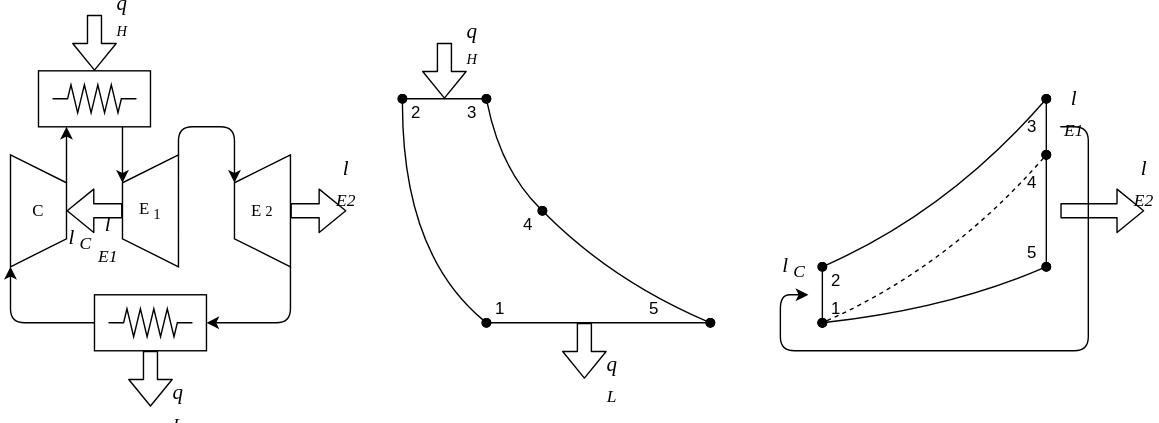
Above: Lab/Mech/Heat/img/brayton.dio.svg in amane-uehara/kanade-k-1228.github.io (draw.io), before the change. Source tidied: cells renumbered, new cells last; positions are measured from the earlier drawing's top-left corner, leaving out a move shared by most shapes. Source of this version:
```xml
<mxGraphModel>
  <root>
    <mxCell id="0" />
    <mxCell id="1" parent="0" />
    <mxCell id="2" style="endArrow=oval;html=1;curved=1;startArrow=oval;startFill=1;endFill=1;" parent="1" edge="1">
      <mxGeometry relative="1" as="geometry">
        <mxPoint x="340" y="230" as="sourcePoint" />
        <mxPoint x="280" y="70" as="targetPoint" />
        <Array as="points">
          <mxPoint x="280" y="180" />
        </Array>
      </mxGeometry>
    </mxCell>
    <mxCell id="3" style="endArrow=oval;html=1;curved=1;startArrow=oval;startFill=1;endFill=1;" parent="1" edge="1">
      <mxGeometry relative="1" as="geometry">
        <mxPoint x="340" y="70" as="sourcePoint" />
        <mxPoint x="280" y="70" as="targetPoint" />
      </mxGeometry>
    </mxCell>
    <mxCell id="4" style="endArrow=oval;html=1;curved=1;startArrow=oval;startFill=1;endFill=1;" parent="1" edge="1">
      <mxGeometry relative="1" as="geometry">
        <mxPoint x="500" y="230" as="sourcePoint" />
        <mxPoint x="380" y="150" as="targetPoint" />
        <Array as="points">
          <mxPoint x="430" y="200" />
        </Array>
      </mxGeometry>
    </mxCell>
    <mxCell id="5" style="endArrow=oval;html=1;curved=1;startArrow=oval;startFill=1;endFill=1;" parent="1" edge="1">
      <mxGeometry relative="1" as="geometry">
        <mxPoint x="580" y="230" as="sourcePoint" />
        <mxPoint x="580" y="190" as="targetPoint" />
      </mxGeometry>
    </mxCell>
    <mxCell id="6" style="endArrow=oval;html=1;curved=1;startArrow=oval;startFill=1;endFill=1;" parent="1" edge="1">
      <mxGeometry relative="1" as="geometry">
        <mxPoint x="740" y="110" as="sourcePoint" />
        <mxPoint x="740" y="70" as="targetPoint" />
      </mxGeometry>
    </mxCell>
    <mxCell id="7" style="endArrow=oval;html=1;curved=1;startArrow=oval;startFill=1;endFill=1;" parent="1" edge="1">
      <mxGeometry relative="1" as="geometry">
        <mxPoint x="740" y="190" as="sourcePoint" />
        <mxPoint x="740" y="110" as="targetPoint" />
      </mxGeometry>
    </mxCell>
    <mxCell id="8" style="endArrow=oval;html=1;curved=1;startArrow=oval;startFill=1;endFill=1;" parent="1" edge="1">
      <mxGeometry relative="1" as="geometry">
        <mxPoint x="740" y="70" as="sourcePoint" />
        <mxPoint x="580" y="190" as="targetPoint" />
        <Array as="points">
          <mxPoint x="670" y="150" />
        </Array>
      </mxGeometry>
    </mxCell>
    <mxCell id="9" style="endArrow=oval;html=1;curved=1;startArrow=oval;startFill=1;endFill=1;" parent="1" edge="1">
      <mxGeometry relative="1" as="geometry">
        <mxPoint x="380" y="150" as="sourcePoint" />
        <mxPoint x="340" y="70" as="targetPoint" />
        <Array as="points">
          <mxPoint x="350" y="120" />
        </Array>
      </mxGeometry>
    </mxCell>
    <mxCell id="10" style="endArrow=oval;html=1;curved=1;startArrow=oval;startFill=1;endFill=1;" parent="1" edge="1">
      <mxGeometry relative="1" as="geometry">
        <mxPoint x="500" y="230" as="sourcePoint" />
        <mxPoint x="340" y="230" as="targetPoint" />
      </mxGeometry>
    </mxCell>
    <mxCell id="11" style="endArrow=oval;html=1;curved=1;startArrow=oval;startFill=1;endFill=1;" parent="1" edge="1">
      <mxGeometry relative="1" as="geometry">
        <mxPoint x="740" y="190" as="sourcePoint" />
        <mxPoint x="580" y="230" as="targetPoint" />
        <Array as="points">
          <mxPoint x="670" y="220" />
        </Array>
      </mxGeometry>
    </mxCell>
    <mxCell id="12" style="endArrow=oval;html=1;curved=1;startArrow=oval;startFill=1;endFill=1;dashed=1;" parent="1" edge="1">
      <mxGeometry relative="1" as="geometry">
        <mxPoint x="740" y="110" as="sourcePoint" />
        <mxPoint x="580" y="230" as="targetPoint" />
        <Array as="points">
          <mxPoint x="670" y="190" />
        </Array>
      </mxGeometry>
    </mxCell>
    <mxCell id="13" value="1" style="text;html=1;strokeColor=none;fillColor=none;align=center;verticalAlign=middle;whiteSpace=wrap;rounded=0;" parent="1" vertex="1">
      <mxGeometry x="340" y="210" width="20" height="20" as="geometry" />
    </mxCell>
    <mxCell id="14" value="2" style="text;html=1;strokeColor=none;fillColor=none;align=center;verticalAlign=middle;whiteSpace=wrap;rounded=0;" parent="1" vertex="1">
      <mxGeometry x="280" y="70" width="20" height="20" as="geometry" />
    </mxCell>
    <mxCell id="15" value="3" style="text;html=1;strokeColor=none;fillColor=none;align=center;verticalAlign=middle;whiteSpace=wrap;rounded=0;" parent="1" vertex="1">
      <mxGeometry x="320" y="70" width="20" height="20" as="geometry" />
    </mxCell>
    <mxCell id="16" value="4" style="text;html=1;strokeColor=none;fillColor=none;align=center;verticalAlign=middle;whiteSpace=wrap;rounded=0;" parent="1" vertex="1">
      <mxGeometry x="360" y="150" width="20" height="20" as="geometry" />
    </mxCell>
    <mxCell id="17" value="5" style="text;html=1;strokeColor=none;fillColor=none;align=center;verticalAlign=middle;whiteSpace=wrap;rounded=0;" parent="1" vertex="1">
      <mxGeometry x="450" y="210" width="20" height="20" as="geometry" />
    </mxCell>
    <mxCell id="18" value="1" style="text;html=1;strokeColor=none;fillColor=none;align=center;verticalAlign=middle;whiteSpace=wrap;rounded=0;" parent="1" vertex="1">
      <mxGeometry x="580" y="210" width="20" height="20" as="geometry" />
    </mxCell>
    <mxCell id="19" value="2" style="text;html=1;strokeColor=none;fillColor=none;align=center;verticalAlign=middle;whiteSpace=wrap;rounded=0;" parent="1" vertex="1">
      <mxGeometry x="580" y="190" width="20" height="20" as="geometry" />
    </mxCell>
    <mxCell id="20" value="3" style="text;html=1;strokeColor=none;fillColor=none;align=center;verticalAlign=middle;whiteSpace=wrap;rounded=0;" parent="1" vertex="1">
      <mxGeometry x="720" y="80" width="20" height="20" as="geometry" />
    </mxCell>
    <mxCell id="21" value="4" style="text;html=1;strokeColor=none;fillColor=none;align=center;verticalAlign=middle;whiteSpace=wrap;rounded=0;" parent="1" vertex="1">
      <mxGeometry x="720" y="120" width="20" height="20" as="geometry" />
    </mxCell>
    <mxCell id="22" value="5" style="text;html=1;strokeColor=none;fillColor=none;align=center;verticalAlign=middle;whiteSpace=wrap;rounded=0;" parent="1" vertex="1">
      <mxGeometry x="720" y="170" width="20" height="20" as="geometry" />
    </mxCell>
    <mxCell id="23" style="shape=flexArrow;endArrow=classic;html=1;" parent="1" edge="1">
      <mxGeometry relative="1" as="geometry">
        <mxPoint x="410" y="230" as="sourcePoint" />
        <mxPoint x="410" y="270" as="targetPoint" />
      </mxGeometry>
    </mxCell>
    <mxCell id="24" style="shape=flexArrow;endArrow=classic;html=1;" parent="1" edge="1">
      <mxGeometry relative="1" as="geometry">
        <mxPoint x="310" y="30" as="sourcePoint" />
        <mxPoint x="310" y="70" as="targetPoint" />
      </mxGeometry>
    </mxCell>
    <mxCell id="25" style="shape=flexArrow;endArrow=classic;html=1;" parent="1" edge="1">
      <mxGeometry relative="1" as="geometry">
        <mxPoint x="750" y="150" as="sourcePoint" />
        <mxPoint x="810" y="150" as="targetPoint" />
      </mxGeometry>
    </mxCell>
    <mxCell id="26" style="endArrow=classic;html=1;rounded=1;" parent="1" edge="1">
      <mxGeometry relative="1" as="geometry">
        <mxPoint x="750" y="90" as="sourcePoint" />
        <mxPoint x="570" y="210" as="targetPoint" />
        <Array as="points">
          <mxPoint x="770" y="90" />
          <mxPoint x="770" y="250" />
          <mxPoint x="550" y="250" />
          <mxPoint x="550" y="210" />
        </Array>
      </mxGeometry>
    </mxCell>
    <mxCell id="27" value="&lt;font style=&quot;font-size: 15px&quot;&gt;l&lt;sub&gt;C&lt;/sub&gt;&lt;/font&gt;" style="text;html=1;strokeColor=none;fillColor=none;align=center;verticalAlign=middle;whiteSpace=wrap;rounded=0;fontFamily=Times New Roman;fontStyle=2;" parent="1" vertex="1">
      <mxGeometry x="550" y="180" width="20" height="20" as="geometry" />
    </mxCell>
    <mxCell id="28" value="&lt;font style=&quot;font-size: 15px&quot;&gt;l&lt;sub&gt;E1&lt;/sub&gt;&lt;/font&gt;" style="text;html=1;strokeColor=none;fillColor=none;align=center;verticalAlign=middle;whiteSpace=wrap;rounded=0;fontFamily=Times New Roman;fontStyle=2;" parent="1" vertex="1">
      <mxGeometry x="750" y="70" width="20" height="20" as="geometry" />
    </mxCell>
    <mxCell id="29" value="&lt;font style=&quot;font-size: 15px&quot;&gt;l&lt;sub&gt;E2&lt;/sub&gt;&lt;/font&gt;" style="text;html=1;strokeColor=none;fillColor=none;align=center;verticalAlign=middle;whiteSpace=wrap;rounded=0;fontFamily=Times New Roman;fontStyle=2;" parent="1" vertex="1">
      <mxGeometry x="800" y="120" width="20" height="20" as="geometry" />
    </mxCell>
    <mxCell id="30" value="&lt;font style=&quot;font-size: 15px&quot;&gt;q&lt;/font&gt;&lt;font style=&quot;font-size: 12.5px&quot;&gt;&lt;sub&gt;H&lt;/sub&gt;&lt;/font&gt;" style="text;html=1;strokeColor=none;fillColor=none;align=center;verticalAlign=middle;whiteSpace=wrap;rounded=0;fontFamily=Times New Roman;fontStyle=2;" parent="1" vertex="1">
      <mxGeometry x="320" y="20" width="20" height="20" as="geometry" />
    </mxCell>
    <mxCell id="31" value="&lt;font style=&quot;font-size: 15px&quot;&gt;&lt;font style=&quot;font-size: 15px&quot;&gt;q&lt;/font&gt;&lt;font style=&quot;font-size: 15px&quot;&gt;&lt;sub&gt;L&lt;/sub&gt;&lt;/font&gt;&lt;/font&gt;" style="text;html=1;strokeColor=none;fillColor=none;align=center;verticalAlign=middle;whiteSpace=wrap;rounded=0;fontFamily=Times New Roman;fontStyle=2;" parent="1" vertex="1">
      <mxGeometry x="420" y="260" width="20" height="20" as="geometry" />
    </mxCell>
    <mxCell id="32" value="C" style="shape=trapezoid;perimeter=trapezoidPerimeter;whiteSpace=wrap;html=1;fixedSize=1;fontFamily=Times New Roman;direction=south;" parent="1" vertex="1">
      <mxGeometry y="110" width="40" height="80" as="geometry" />
    </mxCell>
    <mxCell id="33" style="rounded=0;whiteSpace=wrap;html=1;fontFamily=Times New Roman;" parent="1" vertex="1">
      <mxGeometry x="60" y="210" width="80" height="40" as="geometry" />
    </mxCell>
    <mxCell id="34" style="endArrow=classic;html=1;fontFamily=Times New Roman;shape=flexArrow;" parent="1" edge="1">
      <mxGeometry relative="1" as="geometry">
        <mxPoint x="80" y="150" as="sourcePoint" />
        <mxPoint x="40" y="150" as="targetPoint" />
      </mxGeometry>
    </mxCell>
    <mxCell id="35" style="endArrow=classic;html=1;fontFamily=Times New Roman;shape=flexArrow;" parent="1" edge="1">
      <mxGeometry relative="1" as="geometry">
        <mxPoint x="200" y="150" as="sourcePoint" />
        <mxPoint x="240" y="150" as="targetPoint" />
      </mxGeometry>
    </mxCell>
    <mxCell id="36" style="endArrow=classic;html=1;fontFamily=Times New Roman;" parent="1" edge="1">
      <mxGeometry relative="1" as="geometry">
        <mxPoint x="80" y="90" as="sourcePoint" />
        <mxPoint x="80" y="130" as="targetPoint" />
      </mxGeometry>
    </mxCell>
    <mxCell id="37" value="&lt;font style=&quot;font-size: 15px&quot;&gt;l&lt;sub&gt;E2&lt;/sub&gt;&lt;/font&gt;" style="text;html=1;strokeColor=none;fillColor=none;align=center;verticalAlign=middle;whiteSpace=wrap;rounded=0;fontFamily=Times New Roman;fontStyle=2;" parent="1" vertex="1">
      <mxGeometry x="230" y="120" width="20" height="20" as="geometry" />
    </mxCell>
    <mxCell id="38" value="&lt;font style=&quot;font-size: 15px&quot;&gt;l&lt;sub&gt;E1&lt;/sub&gt;&lt;/font&gt;" style="text;html=1;strokeColor=none;fillColor=none;align=center;verticalAlign=middle;whiteSpace=wrap;rounded=0;fontFamily=Times New Roman;fontStyle=2;" parent="1" vertex="1">
      <mxGeometry x="60" y="160" width="20" height="20" as="geometry" />
    </mxCell>
    <mxCell id="39" value="&lt;font style=&quot;font-size: 15px&quot;&gt;l&lt;sub&gt;C&lt;/sub&gt;&lt;/font&gt;" style="text;html=1;strokeColor=none;fillColor=none;align=center;verticalAlign=middle;whiteSpace=wrap;rounded=0;fontFamily=Times New Roman;fontStyle=2;" parent="1" vertex="1">
      <mxGeometry x="40" y="160" width="20" height="20" as="geometry" />
    </mxCell>
    <mxCell id="40" style="endArrow=classic;html=1;fontFamily=Times New Roman;" parent="1" edge="1">
      <mxGeometry relative="1" as="geometry">
        <mxPoint x="40" y="130" as="sourcePoint" />
        <mxPoint x="40" y="90" as="targetPoint" />
      </mxGeometry>
    </mxCell>
    <mxCell id="41" style="rounded=0;whiteSpace=wrap;html=1;fontFamily=Times New Roman;" parent="1" vertex="1">
      <mxGeometry x="20" y="50" width="80" height="40" as="geometry" />
    </mxCell>
    <mxCell id="42" style="endArrow=classic;html=1;fontFamily=Times New Roman;" parent="1" edge="1">
      <mxGeometry relative="1" as="geometry">
        <mxPoint x="120" y="110" as="sourcePoint" />
        <mxPoint x="160" y="130" as="targetPoint" />
        <Array as="points">
          <mxPoint x="120" y="90" />
          <mxPoint x="160" y="90" />
        </Array>
      </mxGeometry>
    </mxCell>
    <mxCell id="43" style="endArrow=classic;html=1;fontFamily=Times New Roman;" parent="1" edge="1">
      <mxGeometry relative="1" as="geometry">
        <mxPoint x="200" y="190" as="sourcePoint" />
        <mxPoint x="140" y="230" as="targetPoint" />
        <Array as="points">
          <mxPoint x="200" y="230" />
        </Array>
      </mxGeometry>
    </mxCell>
    <mxCell id="44" style="endArrow=classic;html=1;fontFamily=Times New Roman;" parent="1" edge="1">
      <mxGeometry relative="1" as="geometry">
        <mxPoint x="60" y="230" as="sourcePoint" />
        <mxPoint y="190" as="targetPoint" />
        <Array as="points">
          <mxPoint y="230" />
        </Array>
      </mxGeometry>
    </mxCell>
    <mxCell id="45" value="E&lt;sub&gt;1&lt;/sub&gt;" style="shape=trapezoid;perimeter=trapezoidPerimeter;whiteSpace=wrap;html=1;fixedSize=1;fontFamily=Times New Roman;direction=north;" parent="1" vertex="1">
      <mxGeometry x="80" y="110" width="40" height="80" as="geometry" />
    </mxCell>
    <mxCell id="46" value="E&lt;span style=&quot;font-size: 10px&quot;&gt;2&lt;/span&gt;" style="shape=trapezoid;perimeter=trapezoidPerimeter;whiteSpace=wrap;html=1;fixedSize=1;fontFamily=Times New Roman;direction=north;" parent="1" vertex="1">
      <mxGeometry x="160" y="110" width="40" height="80" as="geometry" />
    </mxCell>
    <mxCell id="47" style="endArrow=classic;html=1;fontFamily=Times New Roman;shape=flexArrow;" parent="1" edge="1">
      <mxGeometry relative="1" as="geometry">
        <mxPoint x="100" y="250" as="sourcePoint" />
        <mxPoint x="100" y="290" as="targetPoint" />
      </mxGeometry>
    </mxCell>
    <mxCell id="48" style="verticalLabelPosition=bottom;shadow=0;dashed=0;align=center;html=1;verticalAlign=top;shape=mxgraph.electrical.resistors.resistor_2;fontFamily=Times New Roman;" parent="1" vertex="1">
      <mxGeometry x="30" y="60" width="60" height="20" as="geometry" />
    </mxCell>
    <mxCell id="49" style="verticalLabelPosition=bottom;shadow=0;dashed=0;align=center;html=1;verticalAlign=top;shape=mxgraph.electrical.resistors.resistor_2;fontFamily=Times New Roman;" parent="1" vertex="1">
      <mxGeometry x="70" y="220" width="60" height="20" as="geometry" />
    </mxCell>
    <mxCell id="50" style="shape=flexArrow;endArrow=classic;html=1;" parent="1" edge="1">
      <mxGeometry relative="1" as="geometry">
        <mxPoint x="60" y="10" as="sourcePoint" />
        <mxPoint x="60" y="50" as="targetPoint" />
      </mxGeometry>
    </mxCell>
    <mxCell id="51" value="&lt;font style=&quot;font-size: 15px&quot;&gt;q&lt;/font&gt;&lt;font style=&quot;font-size: 12.5px&quot;&gt;&lt;sub&gt;H&lt;/sub&gt;&lt;/font&gt;" style="text;html=1;strokeColor=none;fillColor=none;align=center;verticalAlign=middle;whiteSpace=wrap;rounded=0;fontFamily=Times New Roman;fontStyle=2;" parent="1" vertex="1">
      <mxGeometry x="70" width="20" height="20" as="geometry" />
    </mxCell>
    <mxCell id="52" value="&lt;font style=&quot;font-size: 15px&quot;&gt;&lt;font style=&quot;font-size: 15px&quot;&gt;q&lt;/font&gt;&lt;font style=&quot;font-size: 15px&quot;&gt;&lt;sub&gt;L&lt;/sub&gt;&lt;/font&gt;&lt;/font&gt;" style="text;html=1;strokeColor=none;fillColor=none;align=center;verticalAlign=middle;whiteSpace=wrap;rounded=0;fontFamily=Times New Roman;fontStyle=2;" parent="1" vertex="1">
      <mxGeometry x="110" y="280" width="20" height="20" as="geometry" />
    </mxCell>
  </root>
</mxGraphModel>
```
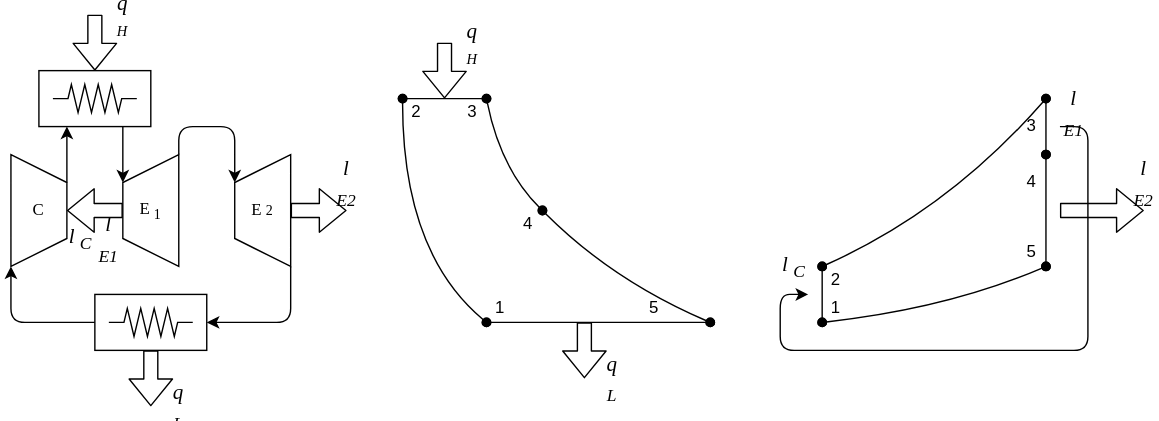
Later version of the same file.

The edit, as a diff of the source:
```diff
@@ -77,15 +77,6 @@
         </Array>
       </mxGeometry>
     </mxCell>
-    <mxCell id="12" style="endArrow=oval;html=1;curved=1;startArrow=oval;startFill=1;endFill=1;dashed=1;" parent="1" edge="1">
-      <mxGeometry relative="1" as="geometry">
-        <mxPoint x="740" y="110" as="sourcePoint" />
-        <mxPoint x="580" y="230" as="targetPoint" />
-        <Array as="points">
-          <mxPoint x="670" y="190" />
-        </Array>
-      </mxGeometry>
-    </mxCell>
     <mxCell id="13" value="1" style="text;html=1;strokeColor=none;fillColor=none;align=center;verticalAlign=middle;whiteSpace=wrap;rounded=0;" parent="1" vertex="1">
       <mxGeometry x="340" y="210" width="20" height="20" as="geometry" />
     </mxCell>
```
